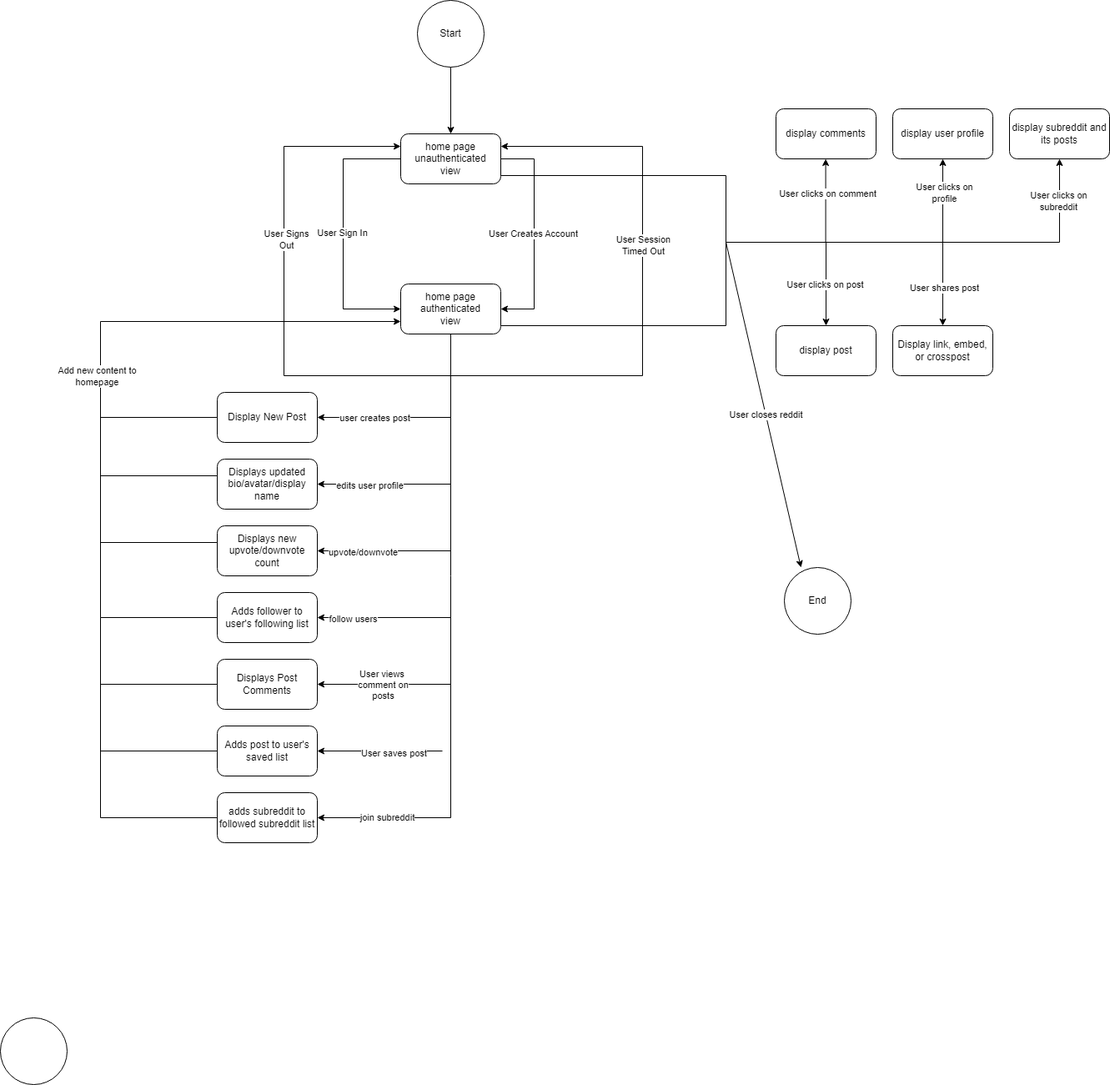
Before: UML Diagrams/FlamingKitten Diagrams - State Diagram.png, a diagram exported from draw.io (FlamingPepper/CS151-FlamingKittens). Source tidied: cells renumbered, new cells last; positions are measured from the earlier drawing's top-left corner, leaving out a move shared by most shapes.
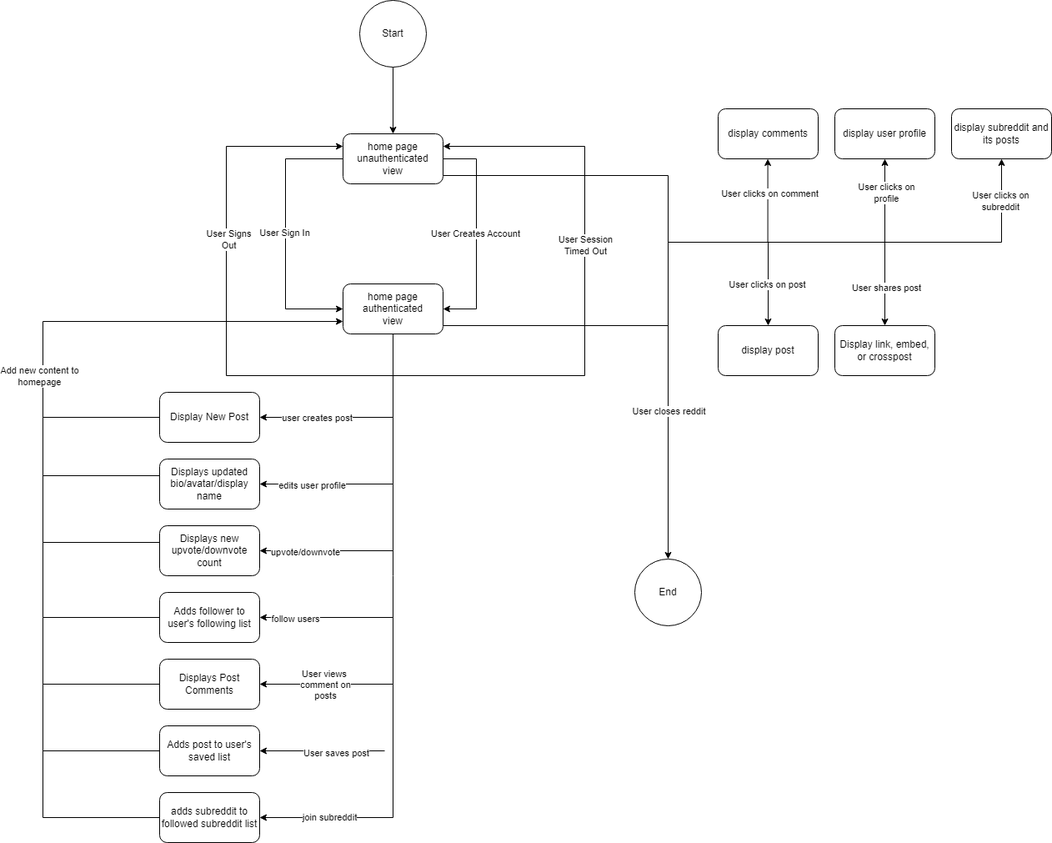
The same diagram one commit later.

Diff of the diagram source:
```diff
@@ -2,9 +2,6 @@
   <root>
     <mxCell id="0" />
     <mxCell id="1" parent="0" />
-    <mxCell id="2" style="ellipse;whiteSpace=wrap;html=1;" parent="1" vertex="1">
-      <mxGeometry y="1220" width="80" height="80" as="geometry" />
-    </mxCell>
     <mxCell id="3" value="home page&lt;br&gt;unauthenticated&lt;br&gt;view" style="rounded=1;whiteSpace=wrap;html=1;" parent="1" vertex="1">
       <mxGeometry x="480" y="160" width="120" height="60" as="geometry" />
     </mxCell>
@@ -265,7 +262,7 @@
       <mxGeometry x="0.08" y="1" relative="1" as="geometry" />
     </mxCell>
     <mxCell id="61" value="End" style="ellipse;whiteSpace=wrap;html=1;" parent="1" vertex="1">
-      <mxGeometry x="940" y="680" width="80" height="80" as="geometry" />
+      <mxGeometry x="830" y="670" width="80" height="80" as="geometry" />
     </mxCell>
     <mxCell id="62" style="endArrow=none;html=1;rounded=0;" parent="1" edge="1">
       <mxGeometry relative="1" as="geometry">
@@ -276,7 +273,7 @@
     <mxCell id="63" style="endArrow=classic;html=1;rounded=0;" parent="1" edge="1">
       <mxGeometry relative="1" as="geometry">
         <mxPoint x="870" y="290" as="sourcePoint" />
-        <mxPoint x="960" y="680" as="targetPoint" />
+        <mxPoint x="870" y="670" as="targetPoint" />
       </mxGeometry>
     </mxCell>
     <mxCell id="64" value="User closes reddit" style="edgeLabel;html=1;align=center;verticalAlign=middle;" parent="63" vertex="1">
```
